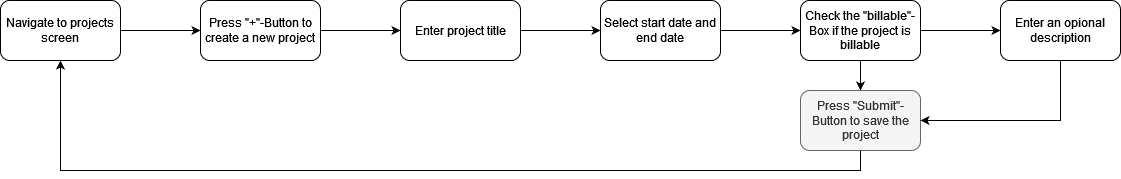
Earlier version of the draw.io export ux/userflow_new_project.drawio.png (robbeCoded/KMP_Timetracking). Source tidied: cells renumbered, new cells last; positions are measured from the earlier drawing's top-left corner, leaving out a move shared by most shapes.
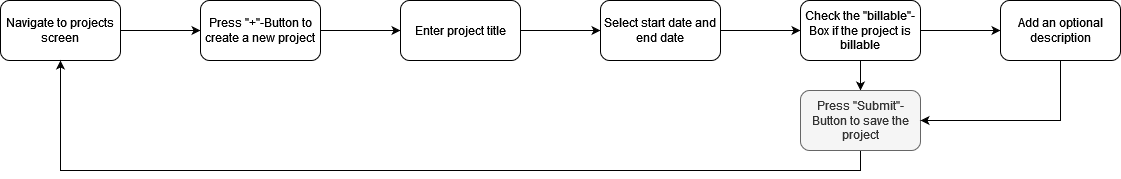
Later version of the same file.

Change to the diagram source:
```diff
@@ -44,7 +44,7 @@
     <mxCell id="15" style="edgeStyle=orthogonalEdgeStyle;rounded=0;jettySize=auto;html=1;exitX=0.5;exitY=1;exitDx=0;exitDy=0;entryX=1;entryY=0.5;entryDx=0;entryDy=0;" parent="1" edge="1" source="16" target="14">
       <mxGeometry relative="1" as="geometry" />
     </mxCell>
-    <mxCell id="16" value="Enter an opional description" style="whiteSpace=wrap;html=1;rounded=1;" parent="1" vertex="1">
+    <mxCell id="16" value="Add an optional description" style="whiteSpace=wrap;html=1;rounded=1;" parent="1" vertex="1">
       <mxGeometry x="1000" width="120" height="60" as="geometry" />
     </mxCell>
   </root>
```
